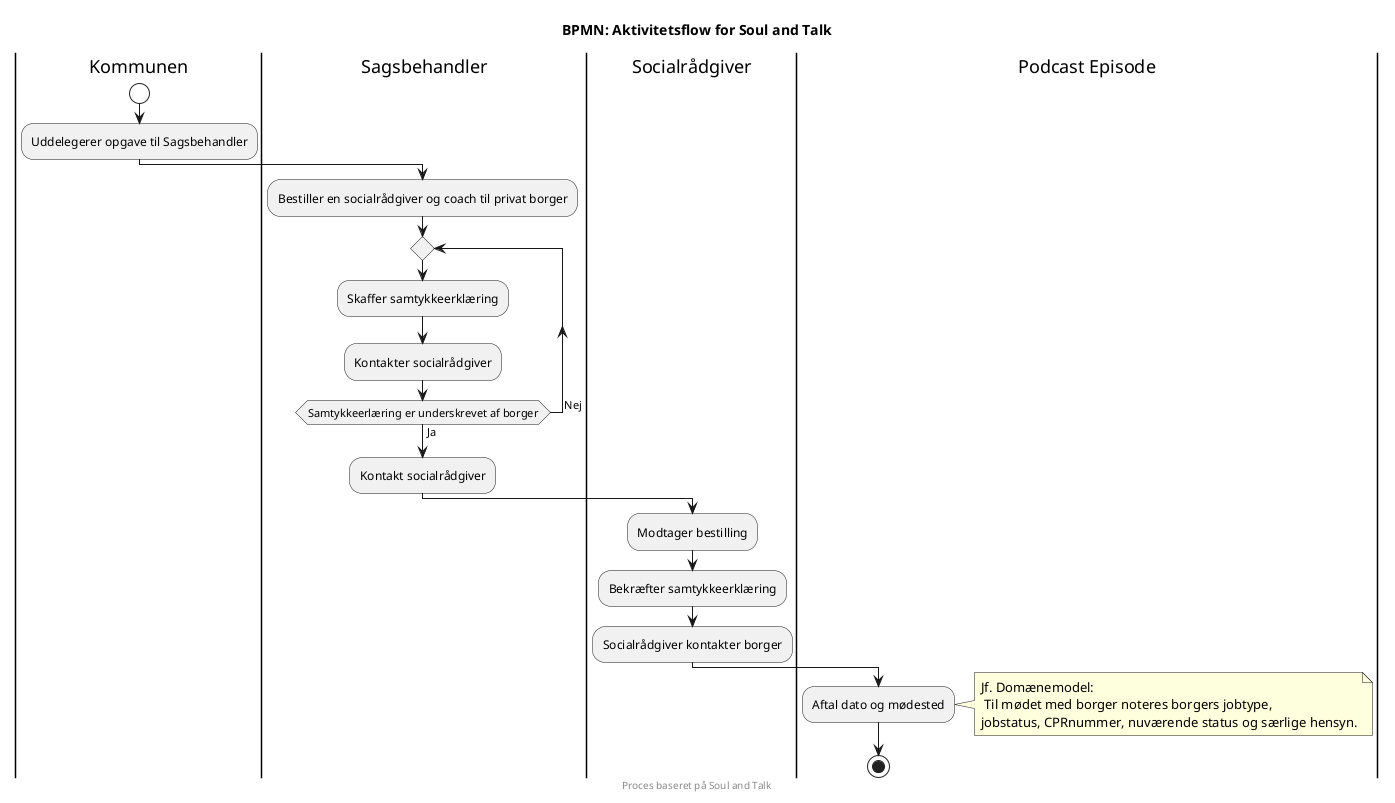
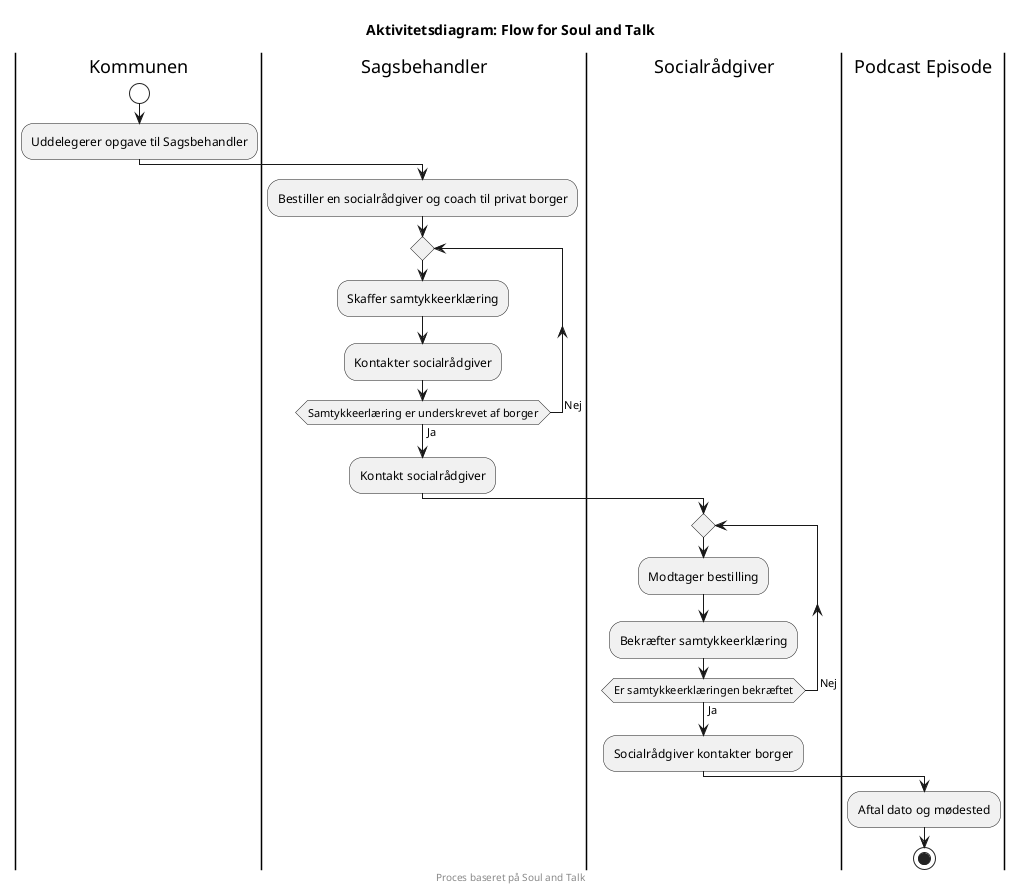
- @startuml BPMN Soul and Talk
+ @startuml Aktivitetsdiagram Soul and Talk
!define BPMN_ENTITY entity

skinparam ActivityStartColor white
skinparam ActivityEndColor black

- title BPMN: Aktivitetsflow for Soul and Talk
+ title Aktivitetsdiagram: Flow for Soul and Talk

|#White|Kommunen|
start
:Uddelegerer opgave til Sagsbehandler;

|#White|Sagsbehandler|
:Bestiller en socialrådgiver og coach til privat borger;
repeat
:Skaffer samtykkeerklæring;
:Kontakter socialrådgiver;
  repeat while (Samtykkeerlæring er underskrevet af borger) is (     Nej) not (Ja)
  :Kontakt socialrådgiver;

|Socialrådgiver|
+ repeat
:Modtager bestilling;
:Bekræfter samtykkeerklæring;
+ repeat while (Er samtykkeerklæringen bekræftet) is (     Nej) not (Ja)



|Socialrådgiver|
  :Socialrådgiver kontakter borger;
  |Podcast Episode|
  :Aftal dato og mødested;
-   note right: Jf. Domænemodel:\n Til mødet med borger noteres borgers jobtype, \njobstatus, CPRnummer, nuværende status og særlige hensyn.
+ 
stop


footer Proces baseret på Soul and Talk
@enduml